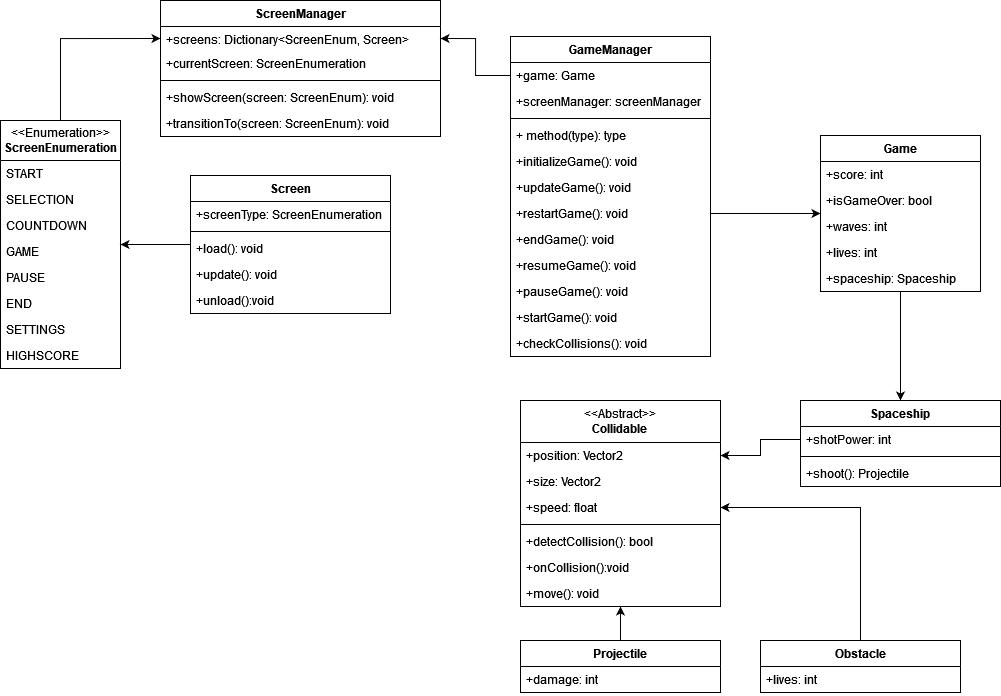
This is Klassendiagramm.drawio.png from JakobKrug/DrawIO, a draw.io export, as it was before one commit. Source tidied: cells renumbered, new cells last; positions are measured from the earlier drawing's top-left corner, leaving out a move shared by most shapes.
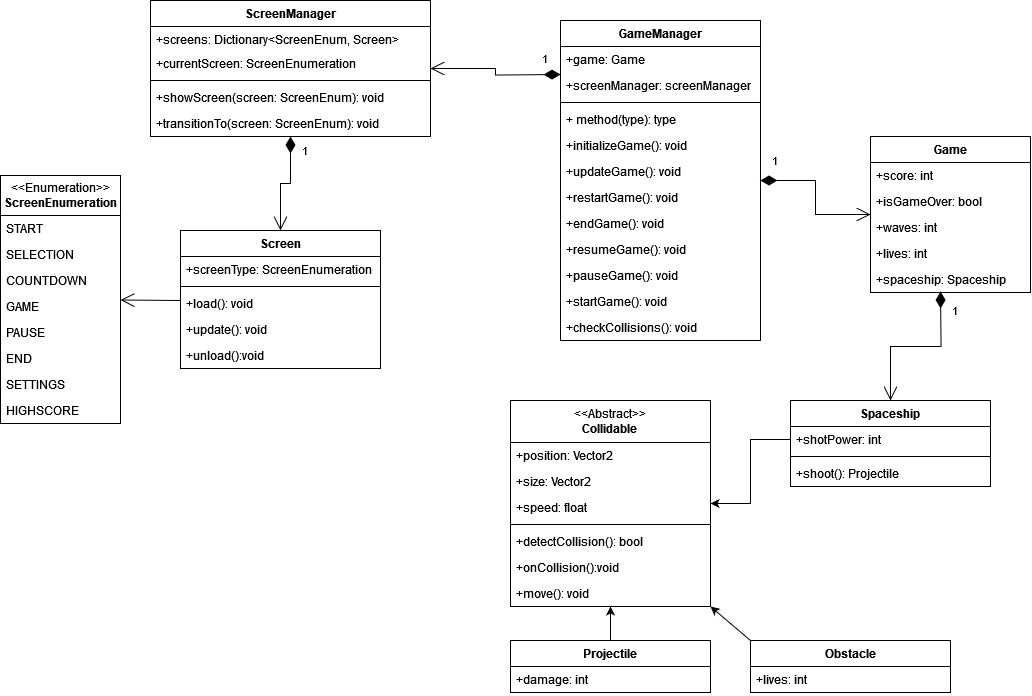
Above is the later version.

The edit, as a diff of the source:
```diff
@@ -2,11 +2,11 @@
   <root>
     <mxCell id="0" />
     <mxCell id="1" parent="0" />
-    <mxCell id="2" style="edgeStyle=orthogonalEdgeStyle;rounded=0;jettySize=auto;html=1;entryX=0.5;entryY=0;entryDx=0;entryDy=0;" parent="1" edge="1" source="3" target="53">
-      <mxGeometry relative="1" as="geometry" />
-    </mxCell>
+    <mxCell id="66" style="edgeStyle=orthogonalEdgeStyle;rounded=0;jettySize=auto;html=1;" parent="1" edge="1" source="3" target="25">
+      <mxGeometry relative="1" as="geometry" />
+    </mxCell>
     <mxCell id="3" value="Game" style="swimlane;fontStyle=1;align=center;verticalAlign=top;horizontal=1;startSize=26;whiteSpace=wrap;html=1;" parent="1" vertex="1">
-      <mxGeometry x="820" y="135" width="160" height="156" as="geometry" />
+      <mxGeometry x="880" y="136" width="160" height="156" as="geometry" />
     </mxCell>
     <mxCell id="4" value="+score: int" style="text;strokeColor=none;fillColor=none;align=left;verticalAlign=top;spacingLeft=4;spacingRight=4;overflow=hidden;whiteSpace=wrap;html=1;" parent="3" vertex="1">
       <mxGeometry y="26" width="160" height="26" as="geometry" />
@@ -23,6 +23,11 @@
     <mxCell id="8" value="+spaceship: Spaceship" style="text;strokeColor=none;fillColor=none;align=left;verticalAlign=top;spacingLeft=4;spacingRight=4;overflow=hidden;whiteSpace=wrap;html=1;" parent="3" vertex="1">
       <mxGeometry y="130" width="160" height="26" as="geometry" />
     </mxCell>
+    <mxCell id="67" value="1" style="endArrow=open;html=1;endSize=12;startArrow=diamondThin;startSize=14;startFill=1;edgeStyle=orthogonalEdgeStyle;align=left;verticalAlign=bottom;rounded=0;entryX=0.5;entryY=0;entryDx=0;entryDy=0;" parent="3" edge="1" target="53">
+      <mxGeometry x="-0.64" y="10" relative="1" as="geometry">
+        <mxPoint x="70" y="155" as="sourcePoint" />
+      </mxGeometry>
+    </mxCell>
     <mxCell id="9" value="ScreenManager" style="swimlane;fontStyle=1;align=center;verticalAlign=top;horizontal=1;startSize=26;whiteSpace=wrap;html=1;" parent="1" vertex="1">
       <mxGeometry x="160" width="280" height="136" as="geometry" />
     </mxCell>
@@ -41,11 +46,8 @@
     <mxCell id="14" value="+transitionTo(screen: ScreenEnum): void" style="text;strokeColor=none;fillColor=none;align=left;verticalAlign=top;spacingLeft=4;spacingRight=4;overflow=hidden;whiteSpace=wrap;html=1;" parent="9" vertex="1">
       <mxGeometry y="110" width="280" height="26" as="geometry" />
     </mxCell>
-    <mxCell id="15" style="edgeStyle=orthogonalEdgeStyle;rounded=0;jettySize=auto;html=1;entryX=0;entryY=0.5;entryDx=0;entryDy=0;" parent="1" edge="1" source="16" target="10">
-      <mxGeometry relative="1" as="geometry" />
-    </mxCell>
     <mxCell id="16" value="&lt;div&gt;&amp;lt;&amp;lt;Enumeration&amp;gt;&amp;gt;&lt;/div&gt;&lt;div&gt;&lt;b&gt;ScreenEnumeration&lt;/b&gt;&lt;/div&gt;" style="swimlane;fontStyle=0;horizontal=1;startSize=40;fillColor=none;whiteSpace=wrap;html=1;" parent="1" vertex="1">
-      <mxGeometry y="120" width="120" height="248" as="geometry" />
+      <mxGeometry x="10" y="175" width="120" height="248" as="geometry" />
     </mxCell>
     <mxCell id="17" value="START" style="text;strokeColor=none;fillColor=none;align=left;verticalAlign=top;spacingLeft=4;spacingRight=4;overflow=hidden;whiteSpace=wrap;html=1;" parent="16" vertex="1">
       <mxGeometry y="40" width="120" height="26" as="geometry" />
@@ -72,11 +74,16 @@
       <mxGeometry y="222" width="120" height="26" as="geometry" />
     </mxCell>
     <mxCell id="25" value="GameManager" style="swimlane;fontStyle=1;align=center;verticalAlign=top;horizontal=1;startSize=26;whiteSpace=wrap;html=1;" parent="1" vertex="1">
-      <mxGeometry x="510" y="36" width="200" height="320" as="geometry" />
+      <mxGeometry x="570" y="20" width="200" height="320" as="geometry" />
     </mxCell>
     <mxCell id="26" value="+game: Game" style="text;strokeColor=none;fillColor=none;align=left;verticalAlign=top;spacingLeft=4;spacingRight=4;overflow=hidden;points=[[0,0.5],[1,0.5]];portConstraint=eastwest;whiteSpace=wrap;html=1;" parent="25" vertex="1">
       <mxGeometry y="26" width="200" height="26" as="geometry" />
     </mxCell>
+    <mxCell id="68" value="1" style="endArrow=open;html=1;endSize=12;startArrow=diamondThin;startSize=14;startFill=1;edgeStyle=orthogonalEdgeStyle;align=left;verticalAlign=bottom;rounded=0;" parent="25" edge="1" target="9">
+      <mxGeometry x="-0.71" y="-6" relative="1" as="geometry">
+        <mxPoint y="54" as="sourcePoint" />
+      </mxGeometry>
+    </mxCell>
     <mxCell id="27" value="+screenManager: screenManager" style="text;strokeColor=none;fillColor=none;align=left;verticalAlign=top;spacingLeft=4;spacingRight=4;overflow=hidden;whiteSpace=wrap;html=1;" parent="25" vertex="1">
       <mxGeometry y="52" width="200" height="26" as="geometry" />
     </mxCell>
@@ -110,11 +117,8 @@
     <mxCell id="37" value="+checkCollisions(): void" style="text;strokeColor=none;fillColor=none;align=left;verticalAlign=top;spacingLeft=4;spacingRight=4;overflow=hidden;whiteSpace=wrap;html=1;" parent="25" vertex="1">
       <mxGeometry y="294" width="200" height="26" as="geometry" />
     </mxCell>
-    <mxCell id="38" style="edgeStyle=orthogonalEdgeStyle;rounded=0;jettySize=auto;html=1;" parent="1" edge="1" source="39" target="16">
-      <mxGeometry relative="1" as="geometry" />
-    </mxCell>
     <mxCell id="39" value="Screen" style="swimlane;fontStyle=1;align=center;verticalAlign=top;horizontal=1;startSize=26;whiteSpace=wrap;html=1;" parent="1" vertex="1">
-      <mxGeometry x="190" y="175" width="200" height="138" as="geometry" />
+      <mxGeometry x="190" y="230" width="200" height="138" as="geometry" />
     </mxCell>
     <mxCell id="40" value="+screenType: ScreenEnumeration" style="text;strokeColor=none;fillColor=none;align=left;verticalAlign=top;spacingLeft=4;spacingRight=4;overflow=hidden;whiteSpace=wrap;html=1;" parent="39" vertex="1">
       <mxGeometry y="26" width="200" height="26" as="geometry" />
@@ -122,6 +126,11 @@
     <mxCell id="41" style="line;strokeWidth=1;fillColor=none;align=left;verticalAlign=middle;spacingTop=-1;spacingLeft=3;spacingRight=3;labelPosition=right;strokeColor=inherit;" parent="39" vertex="1">
       <mxGeometry y="52" width="200" height="8" as="geometry" />
     </mxCell>
+    <mxCell id="69" style="endArrow=open;endFill=1;endSize=12;html=1;rounded=0;" parent="39" edge="1" target="16">
+      <mxGeometry relative="1" as="geometry">
+        <mxPoint y="70" as="sourcePoint" />
+      </mxGeometry>
+    </mxCell>
     <mxCell id="42" value="+load(): void" style="text;strokeColor=none;fillColor=none;align=left;verticalAlign=top;spacingLeft=4;spacingRight=4;overflow=hidden;whiteSpace=wrap;html=1;" parent="39" vertex="1">
       <mxGeometry y="60" width="200" height="26" as="geometry" />
     </mxCell>
@@ -167,7 +176,7 @@
     <mxCell id="56" value="+shoot(): Projectile" style="text;strokeColor=none;fillColor=none;align=left;verticalAlign=top;spacingLeft=4;spacingRight=4;overflow=hidden;whiteSpace=wrap;html=1;" parent="53" vertex="1">
       <mxGeometry y="60" width="200" height="26" as="geometry" />
     </mxCell>
-    <mxCell id="57" style="edgeStyle=orthogonalEdgeStyle;rounded=0;jettySize=auto;html=1;exitX=0.5;exitY=0;exitDx=0;exitDy=0;entryX=0.5;entryY=1;entryDx=0;entryDy=0;" parent="1" edge="1" source="58" target="45">
+    <mxCell id="57" style="edgeStyle=orthogonalEdgeStyle;rounded=0;jettySize=auto;html=1;entryX=0.5;entryY=1;entryDx=0;entryDy=0;" parent="1" edge="1" source="58" target="45">
       <mxGeometry relative="1" as="geometry" />
     </mxCell>
     <mxCell id="58" value="Projectile" style="swimlane;fontStyle=1;align=center;verticalAlign=top;horizontal=1;startSize=26;whiteSpace=wrap;html=1;" parent="1" vertex="1">
@@ -176,23 +185,23 @@
     <mxCell id="59" value="+damage: int" style="text;strokeColor=none;fillColor=none;align=left;verticalAlign=top;spacingLeft=4;spacingRight=4;overflow=hidden;whiteSpace=wrap;html=1;" parent="58" vertex="1">
       <mxGeometry y="26" width="200" height="26" as="geometry" />
     </mxCell>
-    <mxCell id="60" style="edgeStyle=orthogonalEdgeStyle;rounded=0;jettySize=auto;html=1;exitX=0.5;exitY=0;exitDx=0;exitDy=0;entryX=1;entryY=0.5;entryDx=0;entryDy=0;" parent="1" edge="1" source="61" target="48">
-      <mxGeometry relative="1" as="geometry" />
-    </mxCell>
+    <mxCell id="70" style="rounded=0;jettySize=auto;html=1;exitX=0;exitY=0;exitDx=0;exitDy=0;entryX=1;entryY=1;entryDx=0;entryDy=0;" parent="1" edge="1" source="61" target="45">
+      <mxGeometry relative="1" as="geometry" />
+    </mxCell>
     <mxCell id="61" value="Obstacle" style="swimlane;fontStyle=1;align=center;verticalAlign=top;horizontal=1;startSize=26;whiteSpace=wrap;html=1;" parent="1" vertex="1">
       <mxGeometry x="760" y="640" width="200" height="52" as="geometry" />
     </mxCell>
     <mxCell id="62" value="+lives: int" style="text;strokeColor=none;fillColor=none;align=left;verticalAlign=top;spacingLeft=4;spacingRight=4;overflow=hidden;whiteSpace=wrap;html=1;" parent="61" vertex="1">
       <mxGeometry y="26" width="200" height="26" as="geometry" />
     </mxCell>
-    <mxCell id="63" style="edgeStyle=orthogonalEdgeStyle;rounded=0;jettySize=auto;html=1;entryX=1;entryY=0.5;entryDx=0;entryDy=0;" parent="1" edge="1" source="26" target="10">
-      <mxGeometry relative="1" as="geometry" />
-    </mxCell>
-    <mxCell id="64" style="edgeStyle=orthogonalEdgeStyle;rounded=0;jettySize=auto;html=1;exitX=1;exitY=0.5;exitDx=0;exitDy=0;" parent="1" edge="1" source="32" target="3">
-      <mxGeometry relative="1" as="geometry" />
-    </mxCell>
-    <mxCell id="65" style="edgeStyle=orthogonalEdgeStyle;rounded=0;jettySize=auto;html=1;exitX=0;exitY=0.5;exitDx=0;exitDy=0;entryX=1;entryY=0.5;entryDx=0;entryDy=0;" parent="1" edge="1" source="54" target="46">
-      <mxGeometry relative="1" as="geometry" />
-    </mxCell>
+    <mxCell id="71" value="1" style="endArrow=open;html=1;endSize=12;startArrow=diamondThin;startSize=14;startFill=1;edgeStyle=orthogonalEdgeStyle;align=left;verticalAlign=bottom;rounded=0;entryX=0.5;entryY=0;entryDx=0;entryDy=0;" parent="1" edge="1" source="9" target="39">
+      <mxGeometry x="-0.54" y="10" relative="1" as="geometry" />
+    </mxCell>
+    <mxCell id="72" style="edgeStyle=orthogonalEdgeStyle;rounded=0;jettySize=auto;html=1;" parent="1" edge="1" source="54" target="45">
+      <mxGeometry relative="1" as="geometry" />
+    </mxCell>
+    <mxCell id="73" value="1" style="endArrow=open;html=1;endSize=12;startArrow=diamondThin;startSize=14;startFill=1;edgeStyle=orthogonalEdgeStyle;align=left;verticalAlign=bottom;rounded=0;" parent="1" edge="1" source="25" target="3">
+      <mxGeometry x="-0.86" y="10" relative="1" as="geometry" />
+    </mxCell>
   </root>
 </mxGraphModel>
```
